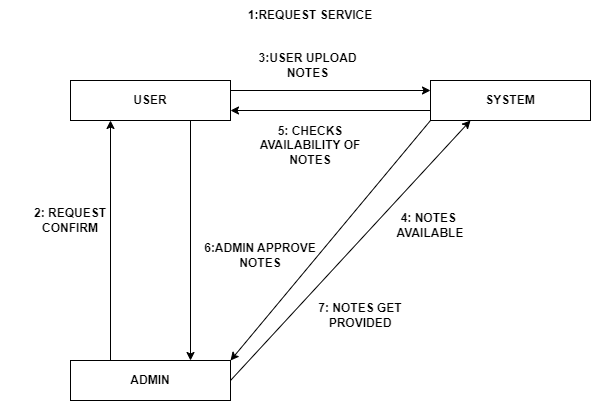
Before: Diagrams/Collaboration Diagram.png, a diagram exported from draw.io (prathamjc/TY-project). Source tidied: cells renumbered, new cells last; positions are measured from the earlier drawing's top-left corner, leaving out a move shared by most shapes.
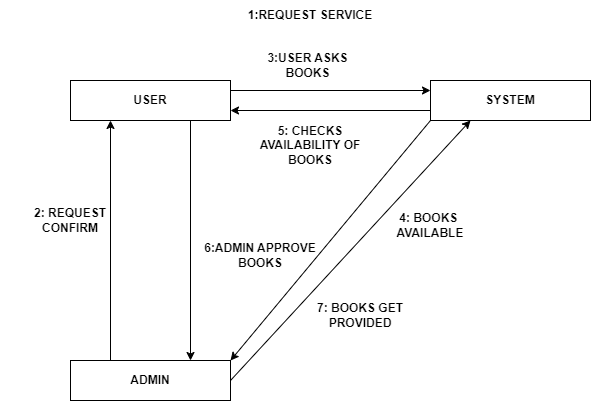
After the change.

The edit, as a diff of the source:
```diff
@@ -32,19 +32,19 @@
     <mxCell id="11" value="&lt;b&gt;1:REQUEST SERVICE&lt;/b&gt;" style="text;html=1;strokeColor=none;fillColor=none;align=center;verticalAlign=middle;whiteSpace=wrap;rounded=0;" parent="1" vertex="1">
       <mxGeometry x="240" width="140" height="30" as="geometry" />
     </mxCell>
-    <mxCell id="12" value="&lt;b&gt;5: CHECKS AVAILABILITY OF NOTES&lt;/b&gt;" style="text;html=1;strokeColor=none;fillColor=none;align=center;verticalAlign=middle;whiteSpace=wrap;rounded=0;" parent="1" vertex="1">
+    <mxCell id="12" value="&lt;b&gt;5: CHECKS AVAILABILITY OF BOOKS&lt;/b&gt;" style="text;html=1;strokeColor=none;fillColor=none;align=center;verticalAlign=middle;whiteSpace=wrap;rounded=0;" parent="1" vertex="1">
       <mxGeometry x="250" y="130" width="120" height="30" as="geometry" />
     </mxCell>
-    <mxCell id="13" value="&lt;b&gt;4: NOTES&amp;nbsp;&lt;br&gt;AVAILABLE&lt;/b&gt;" style="text;html=1;strokeColor=none;fillColor=none;align=center;verticalAlign=middle;whiteSpace=wrap;rounded=0;" parent="1" vertex="1">
+    <mxCell id="13" value="&lt;b&gt;4: BOOKS&amp;nbsp;&lt;br&gt;AVAILABLE&lt;/b&gt;" style="text;html=1;strokeColor=none;fillColor=none;align=center;verticalAlign=middle;whiteSpace=wrap;rounded=0;" parent="1" vertex="1">
       <mxGeometry x="380" y="210" width="100" height="30" as="geometry" />
     </mxCell>
-    <mxCell id="14" value="&lt;b&gt;3:USER UPLOAD NOTES&lt;/b&gt;" style="text;html=1;strokeColor=none;fillColor=none;align=center;verticalAlign=middle;whiteSpace=wrap;rounded=0;" parent="1" vertex="1">
+    <mxCell id="14" value="&lt;b&gt;3:USER ASKS BOOKS&lt;/b&gt;" style="text;html=1;strokeColor=none;fillColor=none;align=center;verticalAlign=middle;whiteSpace=wrap;rounded=0;" parent="1" vertex="1">
       <mxGeometry x="245" y="50" width="125" height="30" as="geometry" />
     </mxCell>
-    <mxCell id="15" value="&lt;b&gt;6:ADMIN APPROVE NOTES&lt;/b&gt;" style="text;html=1;strokeColor=none;fillColor=none;align=center;verticalAlign=middle;whiteSpace=wrap;rounded=0;" parent="1" vertex="1">
+    <mxCell id="15" value="&lt;b&gt;6:ADMIN APPROVE BOOKS&lt;/b&gt;" style="text;html=1;strokeColor=none;fillColor=none;align=center;verticalAlign=middle;whiteSpace=wrap;rounded=0;" parent="1" vertex="1">
       <mxGeometry x="200" y="240" width="120" height="30" as="geometry" />
     </mxCell>
-    <mxCell id="16" value="&lt;b&gt;7: NOTES GET PROVIDED&lt;/b&gt;" style="text;html=1;strokeColor=none;fillColor=none;align=center;verticalAlign=middle;whiteSpace=wrap;rounded=0;" parent="1" vertex="1">
+    <mxCell id="16" value="&lt;b&gt;7: BOOKS GET PROVIDED&lt;/b&gt;" style="text;html=1;strokeColor=none;fillColor=none;align=center;verticalAlign=middle;whiteSpace=wrap;rounded=0;" parent="1" vertex="1">
       <mxGeometry x="310" y="300" width="100" height="30" as="geometry" />
     </mxCell>
     <mxCell id="17" value="&lt;b&gt;2: REQUEST&lt;br&gt;CONFIRM&lt;/b&gt;" style="text;html=1;strokeColor=none;fillColor=none;align=center;verticalAlign=middle;whiteSpace=wrap;rounded=0;rotation=0;" parent="1" vertex="1">
```
